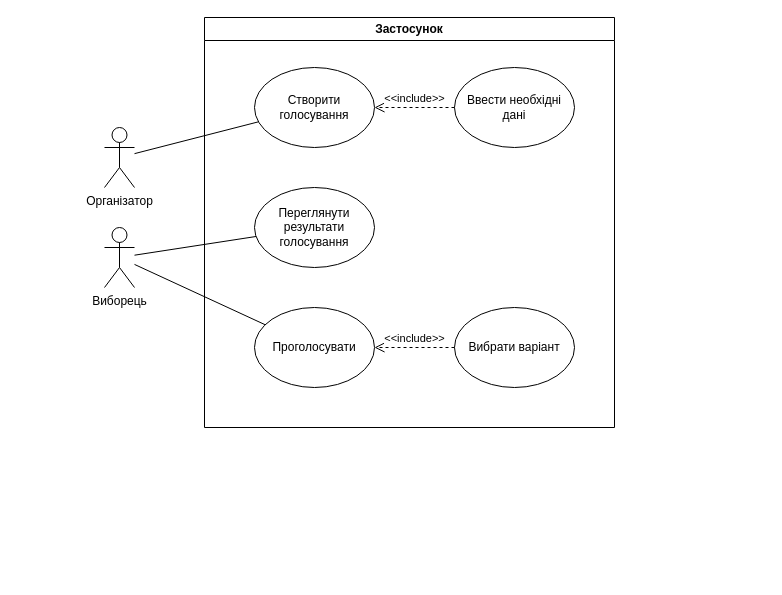
This is 42Diploma/diagrams/UMLUseCase.drawio from geekylthyosaur/lpnu, a draw.io file, before an edit. Source tidied: cells renumbered, new cells numbered last; positions are measured from the earlier drawing's top-left corner, leaving out a move shared by most shapes. Both pictures are drawn from the tidied source at 100%, with x=0, y=0 at pixel (104, 17).
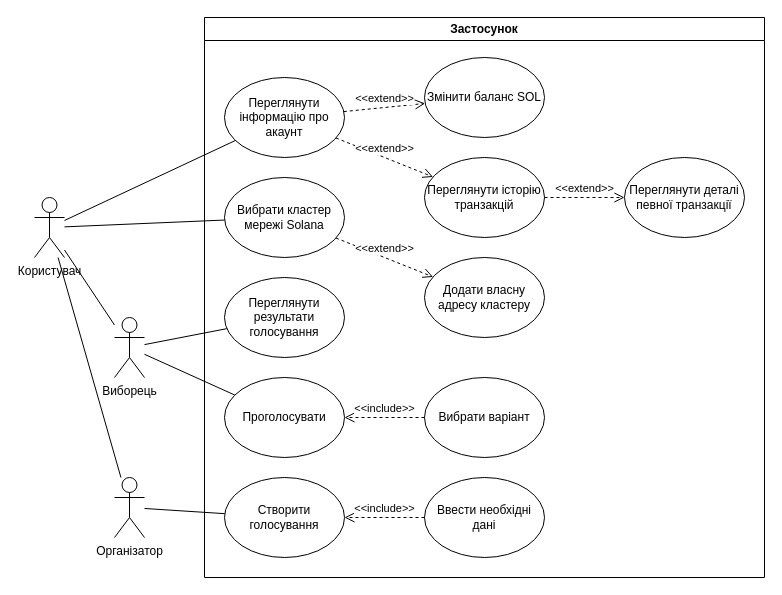
The same page after the edit.

Diff of the diagram source:
```diff
@@
-    <mxCell id="2" value="Організатор" style="shape=umlActor;verticalLabelPosition=bottom;verticalAlign=top;html=1;outlineConnect=0;" parent="1" vertex="1">
-      <mxGeometry y="110" width="30" height="60" as="geometry" />
-    </mxCell>
-    <mxCell id="3" value="Виборець" style="shape=umlActor;verticalLabelPosition=bottom;verticalAlign=top;html=1;outlineConnect=0;" parent="1" vertex="1">
-      <mxGeometry y="210" width="30" height="60" as="geometry" />
-    </mxCell>
     <mxCell id="4" value="Застосунок" style="swimlane;whiteSpace=wrap;html=1;" parent="1" vertex="1">
-      <mxGeometry x="100" width="410" height="410" as="geometry" />
+      <mxGeometry x="100" width="560" height="560" as="geometry" />
     </mxCell>
-    <mxCell id="5" value="&lt;div&gt;Створити&lt;/div&gt;&lt;div&gt;голосування&lt;br&gt;&lt;/div&gt;" style="ellipse;whiteSpace=wrap;html=1;" parent="4" vertex="1">
-      <mxGeometry x="50" y="50" width="120" height="80" as="geometry" />
-    </mxCell>
     <mxCell id="6" value="Проголосувати" style="ellipse;whiteSpace=wrap;html=1;" parent="4" vertex="1">
-      <mxGeometry x="50" y="290" width="120" height="80" as="geometry" />
+      <mxGeometry x="20" y="360" width="120" height="80" as="geometry" />
     </mxCell>
     <mxCell id="7" value="Переглянути результати голосування" style="ellipse;whiteSpace=wrap;html=1;" parent="4" vertex="1">
-      <mxGeometry x="50" y="170" width="120" height="80" as="geometry" />
+      <mxGeometry x="20" y="260" width="120" height="80" as="geometry" />
     </mxCell>
+    <mxCell id="10" value="Вибрати варіант" style="ellipse;whiteSpace=wrap;html=1;" parent="4" vertex="1">
+      <mxGeometry x="220" y="360" width="120" height="80" as="geometry" />
+    </mxCell>
+    <mxCell id="11" value="&amp;lt;&amp;lt;include&amp;gt;&amp;gt;" style="html=1;verticalAlign=bottom;endArrow=open;dashed=1;endSize=8;curved=0;rounded=0;" parent="4" edge="1" source="10" target="6">
+      <mxGeometry relative="1" as="geometry" />
+    </mxCell>
+    <mxCell id="5" value="&lt;div&gt;Створити&lt;/div&gt;&lt;div&gt;голосування&lt;br&gt;&lt;/div&gt;" style="ellipse;whiteSpace=wrap;html=1;" parent="4" vertex="1">
+      <mxGeometry x="20" y="460" width="120" height="80" as="geometry" />
+    </mxCell>
     <mxCell id="8" value="Ввести необхідні дані" style="ellipse;whiteSpace=wrap;html=1;" parent="4" vertex="1">
-      <mxGeometry x="250" y="50" width="120" height="80" as="geometry" />
+      <mxGeometry x="220" y="460" width="120" height="80" as="geometry" />
     </mxCell>
@@
-    <mxCell id="10" value="Вибрати варіант" style="ellipse;whiteSpace=wrap;html=1;" parent="4" vertex="1">
-      <mxGeometry x="250" y="290" width="120" height="80" as="geometry" />
-    </mxCell>
-    <mxCell id="11" value="&amp;lt;&amp;lt;include&amp;gt;&amp;gt;" style="html=1;verticalAlign=bottom;endArrow=open;dashed=1;endSize=8;curved=0;rounded=0;" parent="4" edge="1" source="10" target="6">
-      <mxGeometry relative="1" as="geometry" />
-    </mxCell>
-    <mxCell id="12" style="endArrow=none;html=1;rounded=0;" parent="1" edge="1" source="5" target="2">
-      <mxGeometry relative="1" as="geometry" />
-    </mxCell>
+    <mxCell id="15" value="Переглянути інформацію про акаунт" style="ellipse;whiteSpace=wrap;html=1;" parent="4" vertex="1">
+      <mxGeometry x="20" y="60" width="120" height="80" as="geometry" />
+    </mxCell>
+    <mxCell id="16" value="Вибрати кластер мережі Solana" style="ellipse;whiteSpace=wrap;html=1;" parent="4" vertex="1">
+      <mxGeometry x="20" y="160" width="120" height="80" as="geometry" />
+    </mxCell>
+    <mxCell id="17" value="Додати власну адресу кластеру" style="ellipse;whiteSpace=wrap;html=1;" parent="4" vertex="1">
+      <mxGeometry x="220" y="240" width="120" height="80" as="geometry" />
+    </mxCell>
+    <mxCell id="18" value="&amp;lt;&amp;lt;extend&amp;gt;&amp;gt;" style="html=1;verticalAlign=bottom;endArrow=open;dashed=1;endSize=8;curved=0;rounded=0;" parent="4" edge="1" source="16" target="17">
+      <mxGeometry relative="1" as="geometry" />
+    </mxCell>
+    <mxCell id="19" value="Змінити баланс SOL" style="ellipse;whiteSpace=wrap;html=1;" parent="4" vertex="1">
+      <mxGeometry x="220" y="40" width="120" height="80" as="geometry" />
+    </mxCell>
+    <mxCell id="20" value="Переглянути історію транзакцій" style="ellipse;whiteSpace=wrap;html=1;" parent="4" vertex="1">
+      <mxGeometry x="220" y="140" width="120" height="80" as="geometry" />
+    </mxCell>
+    <mxCell id="21" value="&amp;lt;&amp;lt;extend&amp;gt;&amp;gt;" style="html=1;verticalAlign=bottom;endArrow=open;dashed=1;endSize=8;curved=0;rounded=0;" parent="4" edge="1" source="15" target="20">
+      <mxGeometry relative="1" as="geometry" />
+    </mxCell>
+    <mxCell id="22" value="&amp;lt;&amp;lt;extend&amp;gt;&amp;gt;" style="html=1;verticalAlign=bottom;endArrow=open;dashed=1;endSize=8;curved=0;rounded=0;" parent="4" edge="1" source="15" target="19">
+      <mxGeometry relative="1" as="geometry" />
+    </mxCell>
+    <mxCell id="23" value="Переглянути деталі певної транзакції" style="ellipse;whiteSpace=wrap;html=1;" parent="4" vertex="1">
+      <mxGeometry x="420" y="140" width="120" height="80" as="geometry" />
+    </mxCell>
+    <mxCell id="24" value="&amp;lt;&amp;lt;extend&amp;gt;&amp;gt;" style="html=1;verticalAlign=bottom;endArrow=open;dashed=1;endSize=8;curved=0;rounded=0;" parent="4" edge="1" source="20" target="23">
+      <mxGeometry relative="1" as="geometry" />
+    </mxCell>
+    <mxCell id="3" value="Виборець" style="shape=umlActor;verticalLabelPosition=bottom;verticalAlign=top;html=1;outlineConnect=0;" parent="4" vertex="1">
+      <mxGeometry x="-90" y="300" width="30" height="60" as="geometry" />
+    </mxCell>
-    <mxCell id="13" style="endArrow=none;html=1;rounded=0;" parent="1" edge="1" source="3" target="6">
+    <mxCell id="13" style="endArrow=none;html=1;rounded=0;" parent="4" edge="1" source="3" target="6">
       <mxGeometry relative="1" as="geometry" />
     </mxCell>
-    <mxCell id="14" style="endArrow=none;html=1;rounded=0;" parent="1" edge="1" source="3" target="7">
+    <mxCell id="14" style="endArrow=none;html=1;rounded=0;" parent="4" edge="1" source="3" target="7">
       <mxGeometry relative="1" as="geometry" />
     </mxCell>
+    <mxCell id="25" style="endArrow=none;html=1;rounded=0;" parent="4" edge="1" source="3" target="26">
+      <mxGeometry relative="1" as="geometry" />
+    </mxCell>
+    <mxCell id="26" value="&lt;div&gt;Користувач&lt;/div&gt;" style="shape=umlActor;verticalLabelPosition=bottom;verticalAlign=top;html=1;outlineConnect=0;" parent="4" vertex="1">
+      <mxGeometry x="-170" y="180" width="30" height="60" as="geometry" />
+    </mxCell>
+    <mxCell id="27" style="endArrow=none;html=1;rounded=0;" parent="4" edge="1" source="26" target="2">
+      <mxGeometry relative="1" as="geometry" />
+    </mxCell>
+    <mxCell id="28" style="endArrow=none;html=1;rounded=0;" parent="4" edge="1" source="26" target="15">
+      <mxGeometry relative="1" as="geometry" />
+    </mxCell>
+    <mxCell id="29" style="endArrow=none;html=1;rounded=0;" parent="4" edge="1" source="26" target="16">
+      <mxGeometry relative="1" as="geometry" />
+    </mxCell>
+    <mxCell id="2" value="Організатор" style="shape=umlActor;verticalLabelPosition=bottom;verticalAlign=top;html=1;outlineConnect=0;" parent="4" vertex="1">
+      <mxGeometry x="-90" y="460" width="30" height="60" as="geometry" />
+    </mxCell>
+    <mxCell id="12" style="endArrow=none;html=1;rounded=0;" parent="4" edge="1" source="5" target="2">
+      <mxGeometry relative="1" as="geometry" />
+    </mxCell>
```
